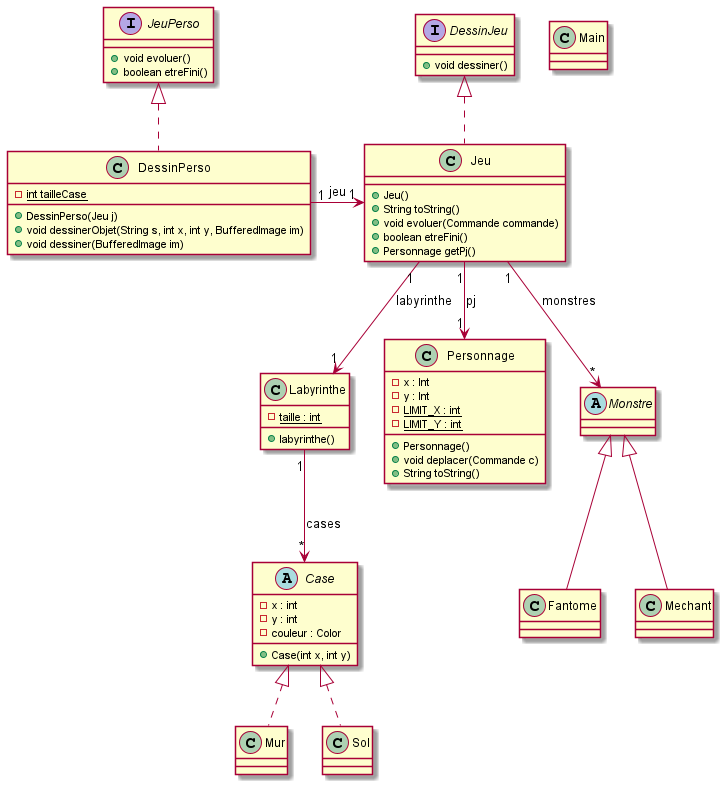
This is documents/version3/diagramme.png from MichelGrolet/2d-game, a PlantUML export, as it was before one commit.
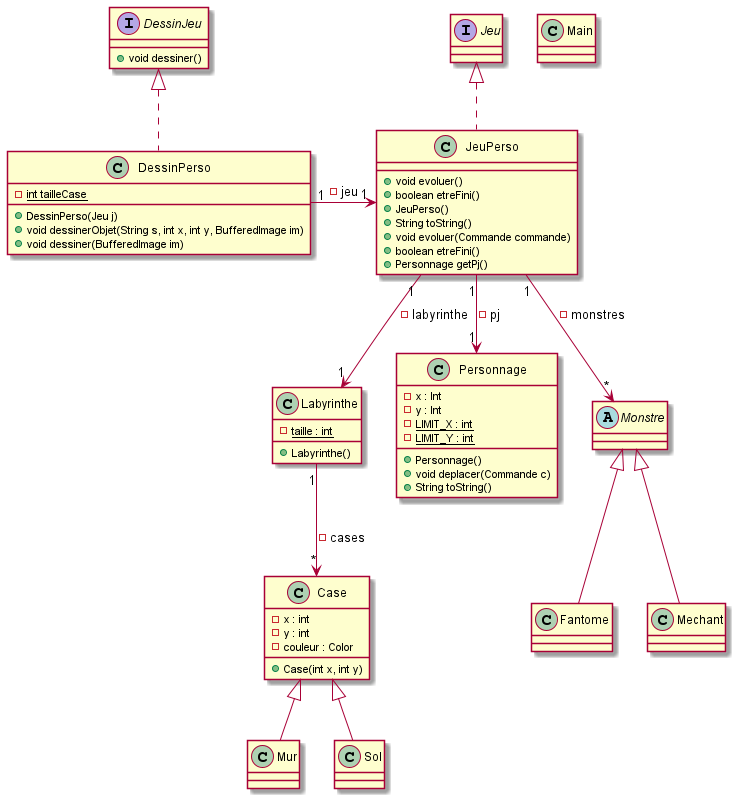
The same file after the commit.

Change to the diagram source:
```diff
@@ -4,20 +4,20 @@
 
 class Labyrinthe {
     - {static} taille : int
-    + labyrinthe()
+    + Labyrinthe()
 }
-Labyrinthe "1" --> "*" Case : cases
+Labyrinthe "1" --> "*" Case : - cases
 
-abstract class Case {
+class Case {
     - x : int
     - y : int
     - couleur : Color
     + Case(int x, int y)
 }
 
-class Mur implements Case {}
+class Mur extends Case {}
 
-class Sol implements Case {}
+class Sol extends Case {}
 
 class Personnage {
     - x : Int
@@ -44,23 +44,23 @@
     + void dessiner()
 }
 
-class Jeu implements DessinJeu {
-    + Jeu()
+class JeuPerso implements Jeu {
+    + JeuPerso()
     + String toString()
     + void evoluer(Commande commande)
     + boolean etreFini()
     + Personnage getPj()
 }
-Jeu "1" --> "1" Labyrinthe : labyrinthe
-Jeu "1" --> "1" Personnage : pj
-Jeu "1" --> "*" Monstre : monstres
+JeuPerso "1" --> "1" Labyrinthe : - labyrinthe
+JeuPerso "1" --> "1" Personnage : - pj
+JeuPerso "1" --> "*" Monstre : - monstres
 
-class DessinPerso implements JeuPerso {
+class DessinPerso implements DessinJeu {
     - {static} int tailleCase
     + DessinPerso(Jeu j)
     + void dessinerObjet(String s, int x, int y, BufferedImage im)
     + void dessiner(BufferedImage im)
 }
-DessinPerso "1" -> "1" Jeu : jeu
+DessinPerso "1" -> "1" JeuPerso : - jeu
 
 @enduml
```
